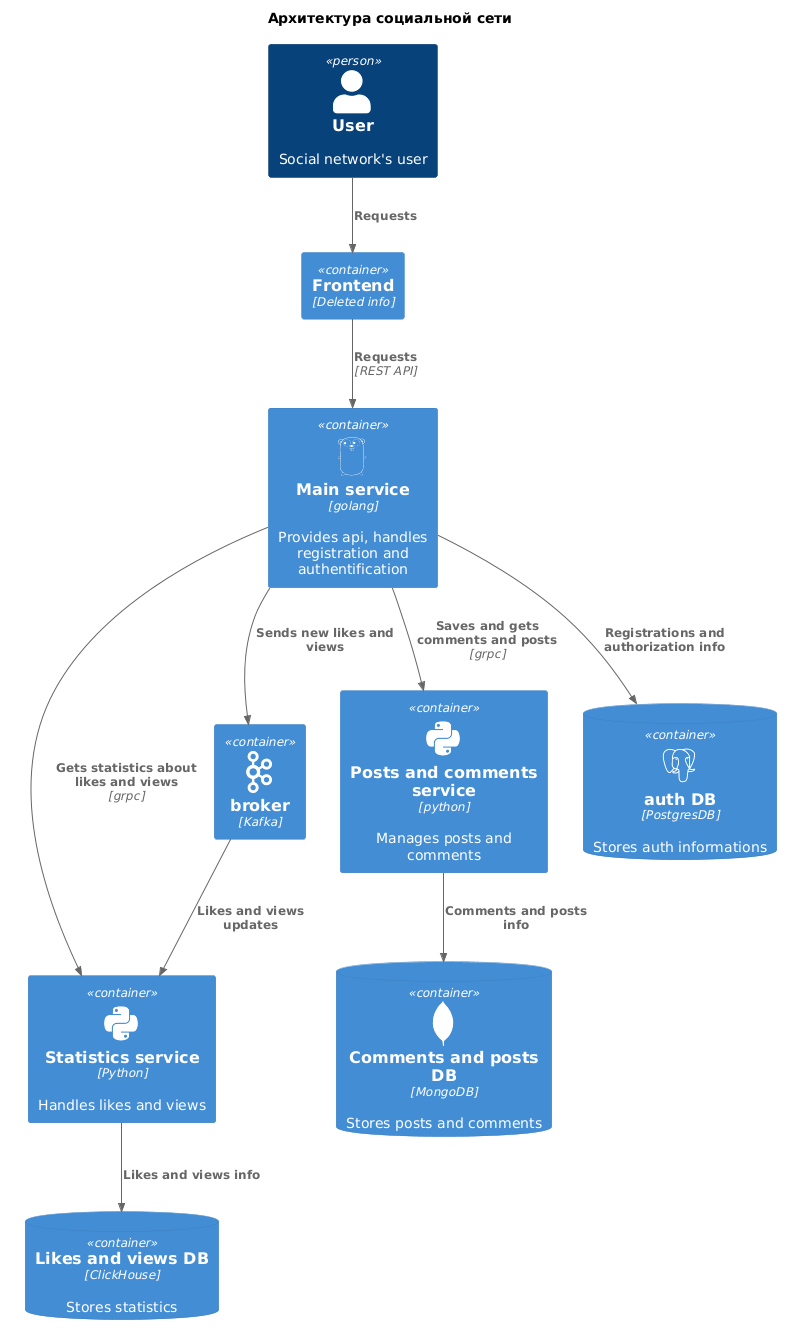
Before: img/service_arch.png, a diagram exported from PlantUML (NinevskiyK/social-network-microserviced). Source of this version:
```plantuml
@startuml
title Архитектура социальной сети

!include https://raw.githubusercontent.com/plantuml-stdlib/C4-PlantUML/master/C4_Container.puml
!define DEVICONS https://raw.githubusercontent.com/tupadr3/plantuml-icon-font-sprites/master/devicons
!define DEVICONS2 https://raw.githubusercontent.com/tupadr3/plantuml-icon-font-sprites/master/devicons2

!include DEVICONS/go.puml
!include DEVICONS/python.puml
!include DEVICONS2/cplusplus.puml

!include DEVICONS/postgresql.puml
!include DEVICONS/mongodb.puml

!include <cloudinsight/kafka>

Person(user, "User", "Social network's user")

Container(frontend, "Frontend", "Deleted info")
Container(mainService, "Main service", "golang", "Provides api, handles registration and authentification", "go")
Container(statisticsService, "Statistics service", "Python", "Handles likes and views", "python")
Container(commentsPostsService, "Posts and comments service", "python", "Manages posts and comments", "python")
Container(broker, "broker", "Kafka", "", "kafka")

ContainerDb(commentsPostsDB, "Comments and posts DB", "MongoDB", "Stores posts and comments", "mongodb")
ContainerDb(statisticsDB, "Likes and views DB", "ClickHouse", "Stores statistics")
ContainerDb(authDB, "auth DB", "PostgresDB", "Stores auth informations", "postgresql")



Rel(user, frontend, "Requests")
Rel(frontend, mainService, "Requests", "REST API")

Rel(mainService, authDB, "Registrations and authorization info")
Rel(commentsPostsService, commentsPostsDB, "Comments and posts info")
Rel(statisticsService, statisticsDB, "Likes and views info")

Rel(mainService, broker, "Sends new likes and views")
Rel(mainService, statisticsService, "Gets statistics about likes and views", "grpc")
Rel(mainService, commentsPostsService, "Saves and gets comments and posts", "grpc")
Rel(broker, statisticsService, "Likes and views updates")
@enduml
```
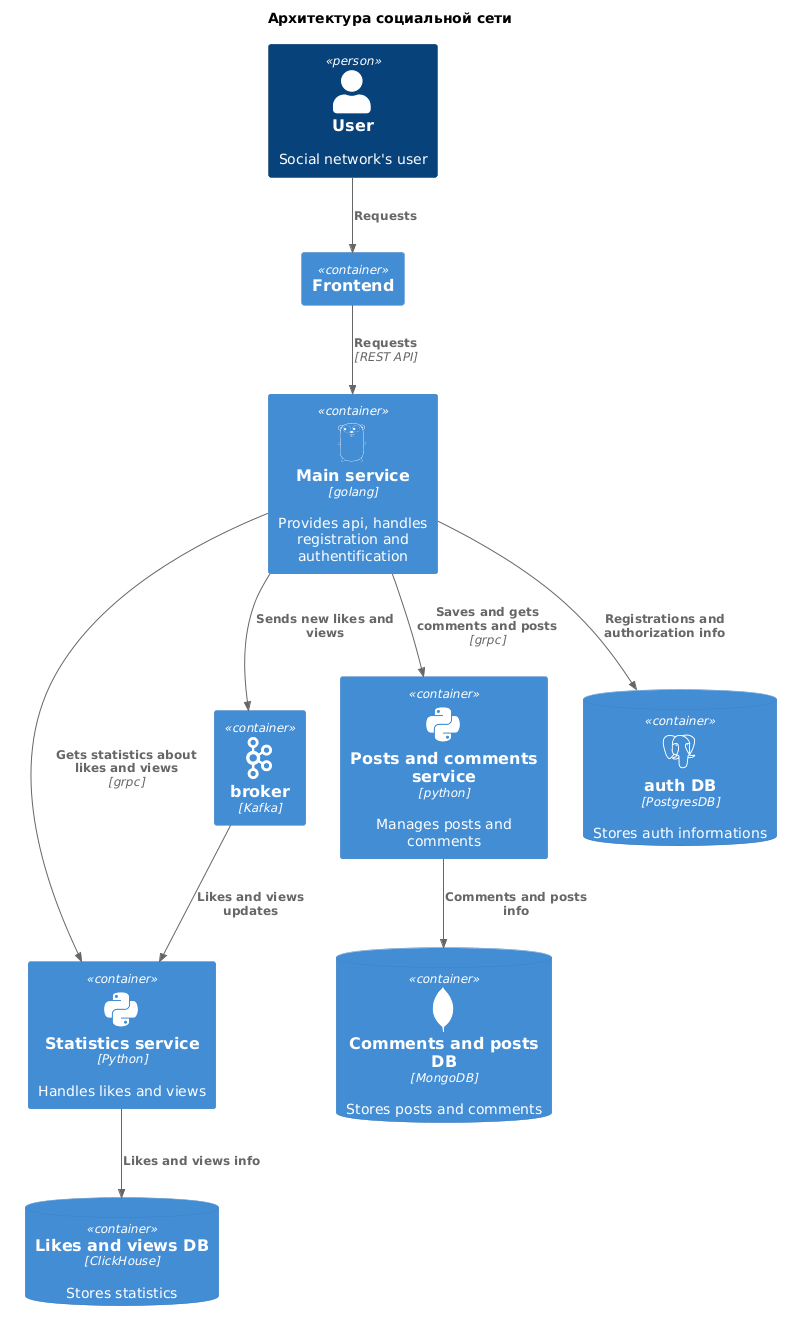
After the change.

The edit, as a diff of the source:
```diff
@@ -16,7 +16,7 @@
 
 Person(user, "User", "Social network's user")
 
-Container(frontend, "Frontend", "Deleted info")
+Container(frontend, "Frontend")
 Container(mainService, "Main service", "golang", "Provides api, handles registration and authentification", "go")
 Container(statisticsService, "Statistics service", "Python", "Handles likes and views", "python")
 Container(commentsPostsService, "Posts and comments service", "python", "Manages posts and comments", "python")
```
